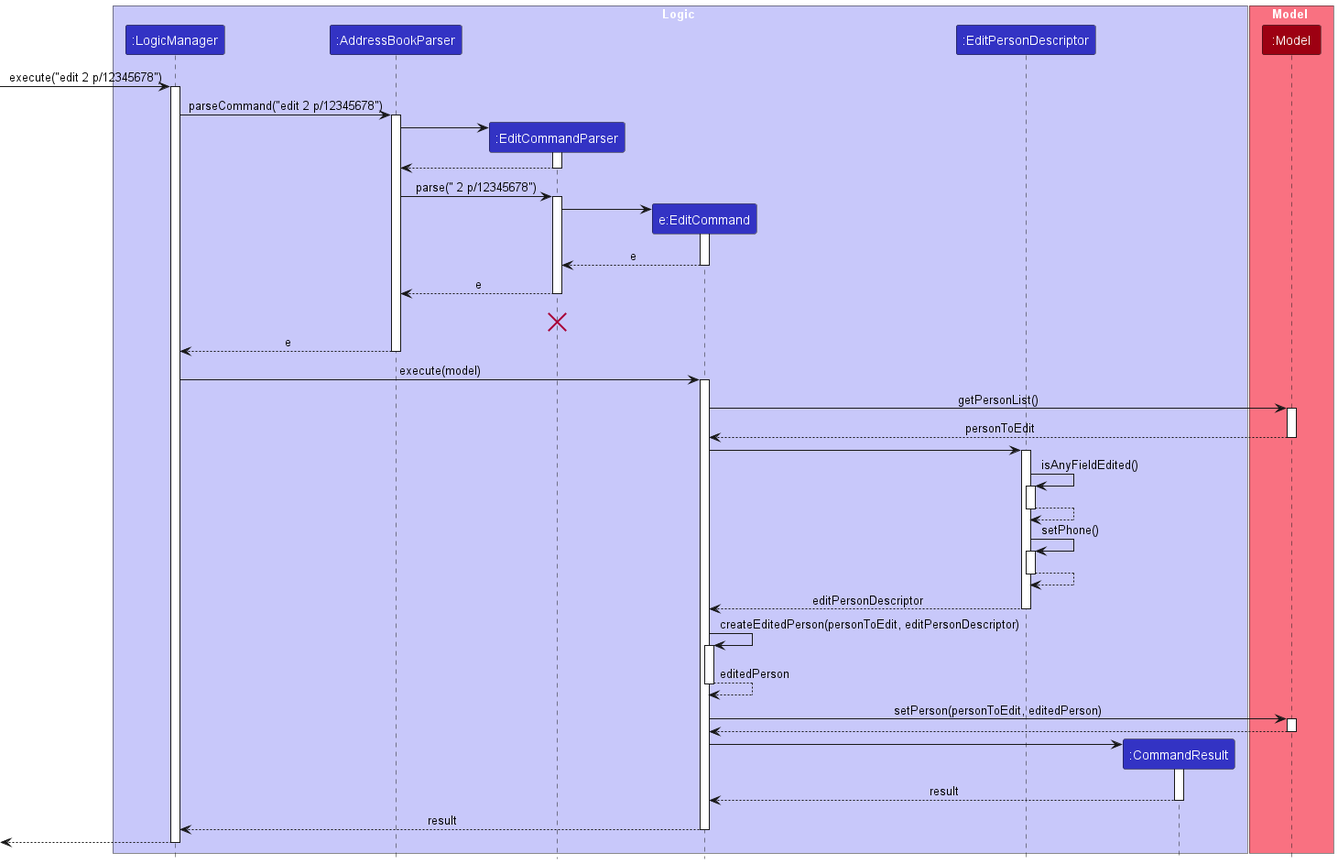
The PlantUML diagram docs/images/EditCommandSequenceDiagram.png in ricketytoc/tp, before a commit. Its diagram source:
```plantuml
@startuml
!include Style.puml
skinparam ArrowFontStyle plain

box Logic LOGIC_COLOR_T1
participant ":LogicManager" as LogicManager LOGIC_COLOR
participant ":AddressBookParser" as AddressBookParser LOGIC_COLOR
participant ":EditCommandParser" as EditCommandParser LOGIC_COLOR
participant "e:EditCommand" as EditCommand LOGIC_COLOR
participant ":EditPersonDescriptor" as EditPersonDescriptor LOGIC_COLOR
participant ":CommandResult" as CommandResult LOGIC_COLOR
end box

box Model MODEL_COLOR_T1
participant ":Model" as Model MODEL_COLOR
end box

[-> LogicManager : execute("edit 2 p/12345678")
activate LogicManager

LogicManager -> AddressBookParser : parseCommand("edit 2 p/12345678")
activate AddressBookParser

create EditCommandParser
AddressBookParser -> EditCommandParser
activate EditCommandParser

EditCommandParser --> AddressBookParser
deactivate EditCommandParser

AddressBookParser -> EditCommandParser : parse(" 2 p/12345678")
activate EditCommandParser

create EditCommand
EditCommandParser -> EditCommand
activate EditCommand

EditCommand --> EditCommandParser : e
deactivate EditCommand

EditCommandParser --> AddressBookParser : e
deactivate EditCommandParser
EditCommandParser -[hidden]-> AddressBookParser : e
destroy EditCommandParser

AddressBookParser --> LogicManager : e
deactivate AddressBookParser

LogicManager -> EditCommand : execute(model)
activate EditCommand

EditCommand -> Model : getPersonList()
activate Model

Model --> EditCommand : personToEdit
deactivate Model

EditCommand -> EditPersonDescriptor :
activate EditPersonDescriptor

EditPersonDescriptor -> EditPersonDescriptor : isAnyFieldEdited()
activate EditPersonDescriptor

EditPersonDescriptor --> EditPersonDescriptor :
deactivate EditPersonDescriptor

EditPersonDescriptor -> EditPersonDescriptor : setPhone()
activate EditPersonDescriptor

EditPersonDescriptor --> EditPersonDescriptor :
deactivate EditPersonDescriptor

EditPersonDescriptor --> EditCommand : editPersonDescriptor
deactivate EditPersonDescriptor

EditCommand -> EditCommand : createEditedPerson(personToEdit, editPersonDescriptor)
activate EditCommand

EditCommand --> EditCommand : editedPerson
deactivate EditCommand

EditCommand -> Model : setPerson(personToEdit, editedPerson)
activate Model

Model --> EditCommand
deactivate Model

create CommandResult
EditCommand -> CommandResult
activate CommandResult

CommandResult --> EditCommand : result
deactivate CommandResult

EditCommand --> LogicManager : result
deactivate EditCommand

LogicManager -->[
deactivate LogicManager

@enduml
```
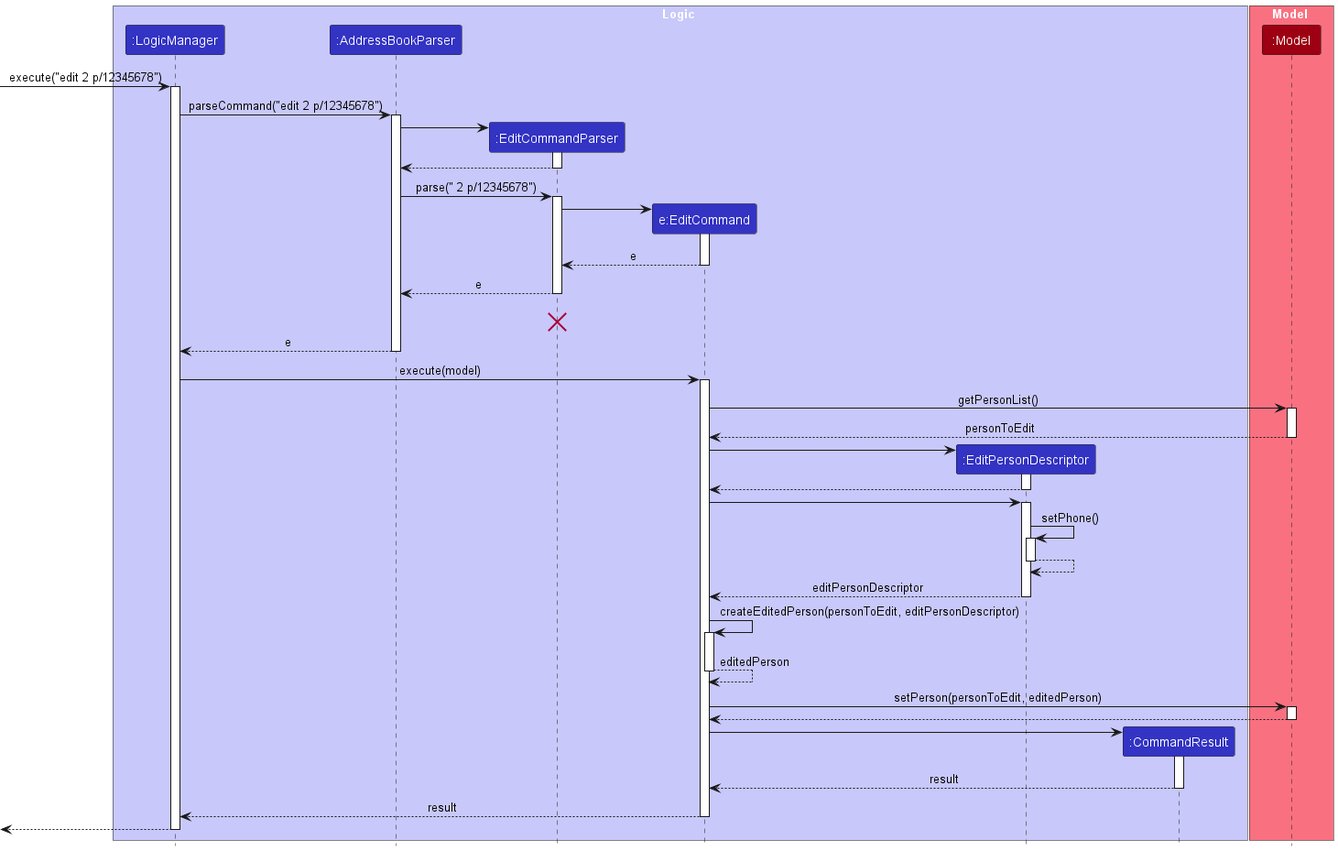
After the commit.

Commit message:
Update sequence diagram

What changed in the source:
```diff
@@ -55,14 +55,15 @@
 Model --> EditCommand : personToEdit
 deactivate Model
 
+create EditPersonDescriptor
+EditCommand -> EditPersonDescriptor
+activate EditPersonDescriptor
+
+EditPersonDescriptor --> EditCommand
+deactivate EditPersonDescriptor
+
 EditCommand -> EditPersonDescriptor :
 activate EditPersonDescriptor
-
-EditPersonDescriptor -> EditPersonDescriptor : isAnyFieldEdited()
-activate EditPersonDescriptor
-
-EditPersonDescriptor --> EditPersonDescriptor :
-deactivate EditPersonDescriptor
 
 EditPersonDescriptor -> EditPersonDescriptor : setPhone()
 activate EditPersonDescriptor
```
